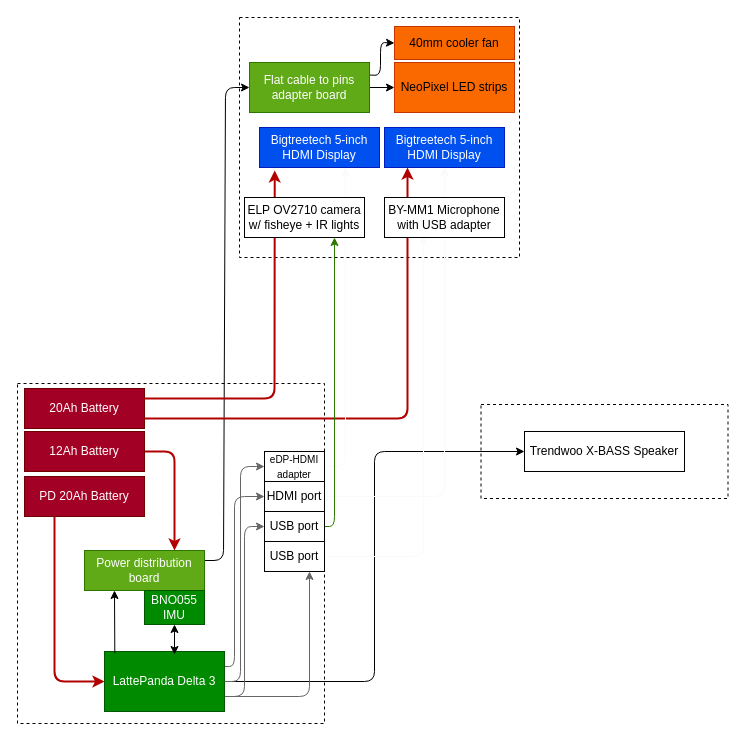
This is Planning/Hardware.drawio from MekhyW/DYNAMO-Electronic_Fursuit-2.0, a draw.io file, before an edit. Source tidied: cells renumbered, new cells numbered last; positions are measured from the earlier drawing's top-left corner, leaving out a move shared by most shapes. Both pictures are drawn from the tidied source at 100%, with x=0, y=0 at pixel (17, 17).
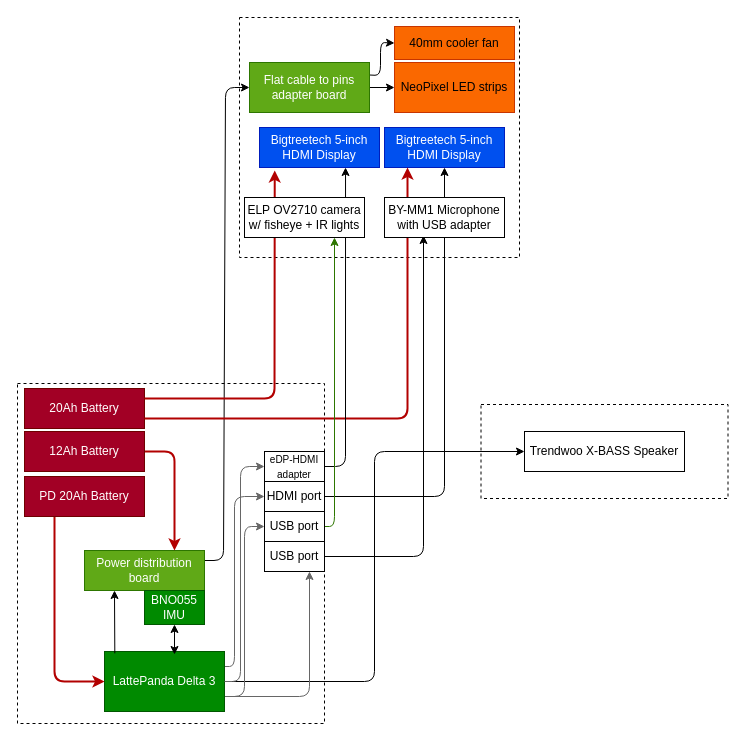
The same page after the edit.

The change refers to these unchanged cells:
```xml
<mxCell id="8" value="Bigtreetech 5-inch HDMI Display" style="rounded=0;whiteSpace=wrap;html=1;fillColor=#0050ef;fontColor=#ffffff;strokeColor=#001DBC;" parent="1" vertex="1">
  <mxGeometry x="367" y="110" width="120" height="40" as="geometry" />
</mxCell>
<mxCell id="20" value="Bigtreetech 5-inch HDMI Display" style="rounded=0;whiteSpace=wrap;html=1;fillColor=#0050ef;fontColor=#ffffff;strokeColor=#001DBC;" parent="1" vertex="1">
  <mxGeometry x="242" y="110" width="120" height="40" as="geometry" />
</mxCell>
<mxCell id="28" value="&lt;span style=&quot;font-size: 10px;&quot;&gt;eDP-HDMI adapter&lt;/span&gt;" style="rounded=0;whiteSpace=wrap;html=1;" parent="1" vertex="1">
  <mxGeometry x="247" y="434" width="60" height="30" as="geometry" />
</mxCell>
<mxCell id="30" value="HDMI port" style="rounded=0;whiteSpace=wrap;html=1;" parent="1" vertex="1">
  <mxGeometry x="247" y="464" width="60" height="30" as="geometry" />
</mxCell>
<mxCell id="34" value="USB port" style="rounded=0;whiteSpace=wrap;html=1;" parent="1" vertex="1">
  <mxGeometry x="247" y="524" width="60" height="30" as="geometry" />
</mxCell>
```

The edit, as a diff of the source:
```diff
@@
-    <mxCell id="27" style="edgeStyle=none;html=1;exitX=1;exitY=0.5;exitDx=0;exitDy=0;entryX=0.717;entryY=1;entryDx=0;entryDy=0;strokeColor=light-dark(#FAFAFA,#FFFFFF);strokeWidth=1;startArrow=none;startFill=0;entryPerimeter=0;" parent="1" edge="1" source="28" target="20">
+    <mxCell id="27" style="edgeStyle=none;html=1;exitX=1;exitY=0.5;exitDx=0;exitDy=0;entryX=0.717;entryY=1;entryDx=0;entryDy=0;strokeColor=light-dark(#000000,#FFFFFF);strokeWidth=1;startArrow=none;startFill=0;entryPerimeter=0;" parent="1" edge="1" source="28" target="20">
       <mxGeometry relative="1" as="geometry">
         <Array as="points">
           <mxPoint x="328" y="449" />
         </Array>
       </mxGeometry>
     </mxCell>
@@
-    <mxCell id="29" style="edgeStyle=none;html=1;exitX=1;exitY=0.5;exitDx=0;exitDy=0;entryX=0.5;entryY=1;entryDx=0;entryDy=0;strokeColor=light-dark(#FAFAFA,#EDEDED);strokeWidth=1;startArrow=none;startFill=0;" parent="1" edge="1" source="30" target="8">
+    <mxCell id="29" style="edgeStyle=none;html=1;exitX=1;exitY=0.5;exitDx=0;exitDy=0;entryX=0.5;entryY=1;entryDx=0;entryDy=0;strokeColor=#000000;strokeWidth=1;startArrow=none;startFill=0;fillColor=#e1d5e7;" parent="1" edge="1" source="30" target="8">
       <mxGeometry relative="1" as="geometry">
         <Array as="points">
           <mxPoint x="427" y="479" />
         </Array>
       </mxGeometry>
     </mxCell>
@@
-    <mxCell id="33" style="edgeStyle=none;html=1;exitX=1;exitY=0.5;exitDx=0;exitDy=0;strokeColor=light-dark(#FAFAFA,#F7F7F7);strokeWidth=1;fontSize=8;startArrow=none;startFill=0;" parent="1" edge="1" source="34">
+    <mxCell id="33" style="edgeStyle=none;html=1;exitX=1;exitY=0.5;exitDx=0;exitDy=0;strokeColor=light-dark(#000000,#F7F7F7);strokeWidth=1;fontSize=8;startArrow=none;startFill=0;" parent="1" edge="1" source="34">
       <mxGeometry relative="1" as="geometry">
         <mxPoint x="406" y="218" as="targetPoint" />
         <Array as="points">
           <mxPoint x="406" y="539" />
         </Array>
       </mxGeometry>
     </mxCell>
```
